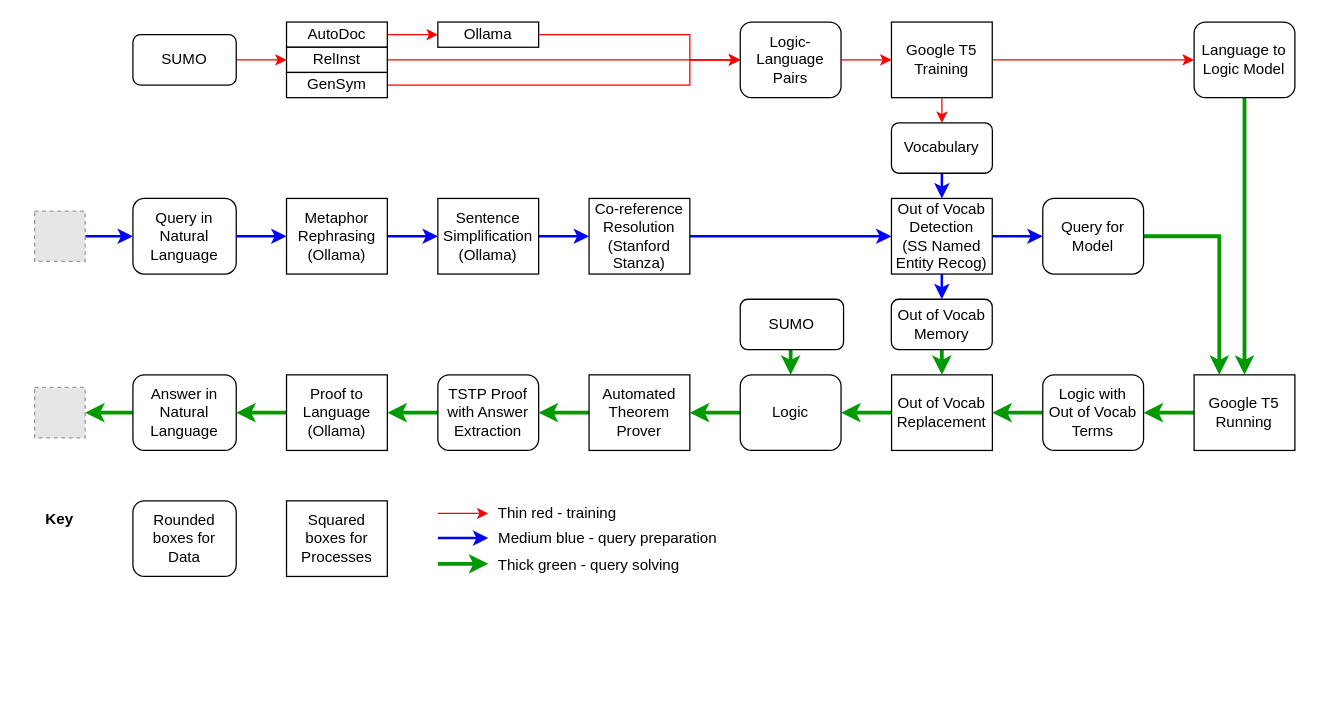
Before: Architecture.drawio in GeoffsPapers/SUMO-NLP-LLM, a draw.io diagram. Source tidied: cells renumbered, new cells numbered last; positions are measured from the earlier drawing's top-left corner, leaving out a move shared by most shapes. Both pictures are drawn from the tidied source at 126%, with x=0, y=0 at pixel (21, 21). Pictures stored in the file or linked from it are replaced by grey dashed boxes.
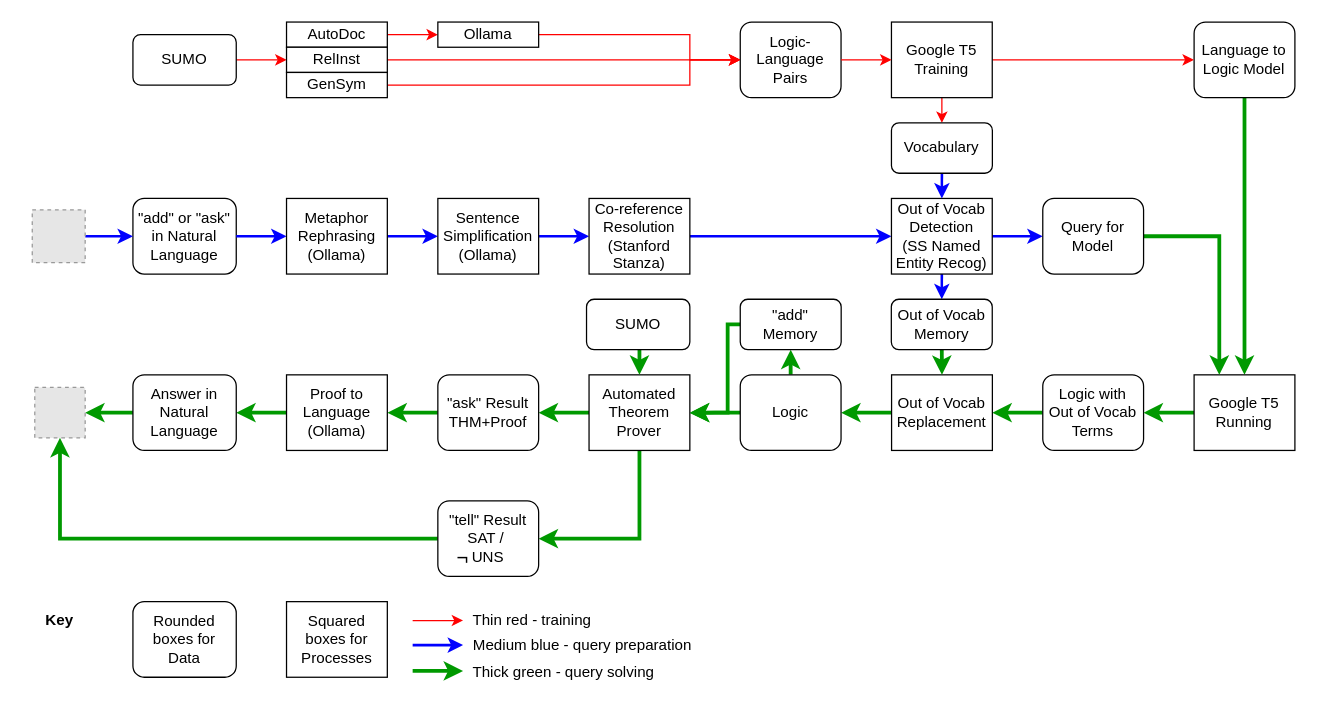
The same page after the edit.

Unchanged cells that the change refers to:
```xml
<mxCell id="23" value="&lt;div&gt;&lt;span style=&quot;background-color: transparent; color: light-dark(rgb(0, 0, 0), rgb(255, 255, 255));&quot;&gt;Logic&lt;/span&gt;&lt;/div&gt;" style="rounded=1;whiteSpace=wrap;html=1;fontSize=12;glass=0;strokeWidth=1;shadow=0;align=center;" parent="1" vertex="1">
  <mxGeometry x="570" y="280" width="80" height="60" as="geometry" />
</mxCell>
<mxCell id="25" value="Automated&lt;div&gt;Theorem&lt;/div&gt;&lt;div&gt;Prover&lt;/div&gt;" style="rounded=0;whiteSpace=wrap;html=1;fontSize=12;glass=0;strokeWidth=1;shadow=0;" parent="1" vertex="1">
  <mxGeometry x="450" y="280" width="80" height="60" as="geometry" />
</mxCell>
<mxCell id="31" value="&lt;div&gt;Answer in Natural Language&lt;/div&gt;" style="rounded=1;whiteSpace=wrap;html=1;fontSize=12;glass=0;strokeWidth=1;shadow=0;align=center;" parent="1" vertex="1">
  <mxGeometry x="88" y="280" width="82" height="60" as="geometry" />
</mxCell>
```

Change to the diagram source:
```diff
@@
-    <mxCell id="3" value="&lt;div&gt;Query in&lt;/div&gt;&lt;div&gt;Natural Language&lt;/div&gt;" style="rounded=1;whiteSpace=wrap;html=1;fontSize=12;glass=0;strokeWidth=1;shadow=0;align=center;" parent="1" vertex="1">
+    <mxCell id="3" value="&lt;div&gt;&quot;add&quot; or &quot;ask&quot;&lt;/div&gt;&lt;div&gt;&lt;span style=&quot;background-color: transparent; color: light-dark(rgb(0, 0, 0), rgb(255, 255, 255));&quot;&gt;in&amp;nbsp;&lt;/span&gt;&lt;span style=&quot;background-color: transparent; color: light-dark(rgb(0, 0, 0), rgb(255, 255, 255));&quot;&gt;Natural Language&lt;/span&gt;&lt;/div&gt;" style="rounded=1;whiteSpace=wrap;html=1;fontSize=12;glass=0;strokeWidth=1;shadow=0;align=center;" parent="1" vertex="1">
       <mxGeometry x="88" y="140" width="82" height="60" as="geometry" />
     </mxCell>
@@
-    <mxCell id="6" style="edgeStyle=orthogonalEdgeStyle;rounded=0;jettySize=auto;html=1;exitX=1;exitY=0.5;exitDx=0;exitDy=0;entryX=0;entryY=0.5;entryDx=0;entryDy=0;strokeColor=#0000FF;strokeWidth=2;" parent="1" edge="1" source="7" target="3">
-      <mxGeometry relative="1" as="geometry" />
+    <mxCell id="6" style="edgeStyle=orthogonalEdgeStyle;rounded=0;jettySize=auto;html=1;exitX=1;exitY=0.5;exitDx=0;exitDy=0;entryX=0;entryY=0.5;entryDx=0;entryDy=0;strokeColor=#0000FF;strokeWidth=2;" parent="1" edge="1" target="3">
+      <mxGeometry relative="1" as="geometry">
+        <mxPoint x="50.1" y="170" as="sourcePoint" />
+      </mxGeometry>
     </mxCell>
-    <mxCell id="7" style="fillColor=#E6E6E6;strokeColor=#999999;dashed=1;verticalLabelPosition=bottom;labelBackgroundColor=default;verticalAlign=top;" parent="1" vertex="1">
-      <mxGeometry x="10" y="150" width="40.1" height="40" as="geometry" />
-    </mxCell>
-    <mxCell id="8" style="fillColor=#E6E6E6;strokeColor=#999999;dashed=1;verticalLabelPosition=bottom;labelBackgroundColor=default;verticalAlign=top;" parent="1" vertex="1">
-      <mxGeometry x="10" y="290" width="40.1" height="40" as="geometry" />
-    </mxCell>
@@
-    <mxCell id="22" style="edgeStyle=orthogonalEdgeStyle;rounded=0;jettySize=auto;html=1;exitX=0;exitY=0.5;exitDx=0;exitDy=0;entryX=1;entryY=0.5;entryDx=0;entryDy=0;strokeColor=#009900;strokeWidth=3;" parent="1" edge="1" source="23" target="25">
-      <mxGeometry relative="1" as="geometry" />
-    </mxCell>
+    <mxCell id="66" style="edgeStyle=orthogonalEdgeStyle;rounded=0;jettySize=auto;html=1;exitX=0.5;exitY=0;exitDx=0;exitDy=0;entryX=0.5;entryY=1;entryDx=0;entryDy=0;strokeWidth=3;strokeColor=#009900;" parent="1" edge="1" source="23" target="70">
+      <mxGeometry relative="1" as="geometry" />
+    </mxCell>
+    <mxCell id="67" style="edgeStyle=orthogonalEdgeStyle;rounded=0;jettySize=auto;html=1;exitX=0;exitY=0.5;exitDx=0;exitDy=0;strokeWidth=3;strokeColor=#009900;" parent="1" edge="1" source="23">
+      <mxGeometry relative="1" as="geometry">
+        <mxPoint x="530" y="310.3" as="targetPoint" />
+      </mxGeometry>
+    </mxCell>
@@
+    <mxCell id="68" style="edgeStyle=orthogonalEdgeStyle;rounded=0;jettySize=auto;html=1;exitX=0.5;exitY=1;exitDx=0;exitDy=0;entryX=1;entryY=0.5;entryDx=0;entryDy=0;strokeWidth=3;strokeColor=#009900;" parent="1" edge="1" source="25" target="73">
+      <mxGeometry relative="1" as="geometry" />
+    </mxCell>
@@
-    <mxCell id="27" value="&lt;div&gt;&lt;span style=&quot;background-color: transparent; color: light-dark(rgb(0, 0, 0), rgb(255, 255, 255));&quot;&gt;TSTP Proof&lt;/span&gt;&lt;/div&gt;&lt;div&gt;with Answer&lt;/div&gt;&lt;div&gt;Extraction&lt;/div&gt;" style="rounded=1;whiteSpace=wrap;html=1;fontSize=12;glass=0;strokeWidth=1;shadow=0;align=center;" parent="1" vertex="1">
+    <mxCell id="27" value="&lt;div&gt;&lt;span style=&quot;background-color: transparent; color: light-dark(rgb(0, 0, 0), rgb(255, 255, 255));&quot;&gt;&quot;ask&quot; Result&lt;/span&gt;&lt;/div&gt;&lt;div&gt;&lt;span style=&quot;background-color: transparent; color: light-dark(rgb(0, 0, 0), rgb(255, 255, 255));&quot;&gt;THM+Proof&lt;/span&gt;&lt;/div&gt;" style="rounded=1;whiteSpace=wrap;html=1;fontSize=12;glass=0;strokeWidth=1;shadow=0;align=center;" parent="1" vertex="1">
       <mxGeometry x="330" y="280" width="80" height="60" as="geometry" />
     </mxCell>
@@
-    <mxCell id="30" style="edgeStyle=orthogonalEdgeStyle;rounded=0;jettySize=auto;html=1;exitX=0;exitY=0.5;exitDx=0;exitDy=0;entryX=1;entryY=0.5;entryDx=0;entryDy=0;strokeColor=#009900;strokeWidth=3;" parent="1" edge="1" source="31" target="8">
-      <mxGeometry relative="1" as="geometry" />
+    <mxCell id="30" style="edgeStyle=orthogonalEdgeStyle;rounded=0;jettySize=auto;html=1;exitX=0;exitY=0.5;exitDx=0;exitDy=0;entryX=1;entryY=0.5;entryDx=0;entryDy=0;strokeColor=#009900;strokeWidth=3;" parent="1" edge="1" source="31">
+      <mxGeometry relative="1" as="geometry">
+        <mxPoint x="50.1" y="310" as="targetPoint" />
+      </mxGeometry>
     </mxCell>
@@
-    <mxCell id="51" style="edgeStyle=orthogonalEdgeStyle;rounded=0;jettySize=auto;html=1;exitX=0.5;exitY=1;exitDx=0;exitDy=0;entryX=0.5;entryY=0;entryDx=0;entryDy=0;strokeColor=#009900;strokeWidth=3;" parent="1" edge="1" source="52" target="23">
-      <mxGeometry relative="1" as="geometry" />
-    </mxCell>
-    <mxCell id="52" value="&lt;div&gt;SUMO&lt;/div&gt;" style="rounded=1;whiteSpace=wrap;html=1;fontSize=12;glass=0;strokeWidth=1;shadow=0;align=center;" parent="1" vertex="1">
-      <mxGeometry x="570" y="220" width="82" height="40" as="geometry" />
-    </mxCell>
@@
     <mxCell id="57" value="&lt;div&gt;Rounded&lt;/div&gt;&lt;div&gt;boxes&amp;nbsp;&lt;span style=&quot;background-color: transparent; color: light-dark(rgb(0, 0, 0), rgb(255, 255, 255));&quot;&gt;for&lt;/span&gt;&lt;/div&gt;&lt;div&gt;Data&lt;/div&gt;" style="rounded=1;whiteSpace=wrap;html=1;fontSize=12;glass=0;strokeWidth=1;shadow=0;align=center;" parent="1" vertex="1">
-      <mxGeometry x="88" y="380" width="82" height="60" as="geometry" />
+      <mxGeometry x="88" y="460" width="82" height="60" as="geometry" />
     </mxCell>
     <mxCell id="58" value="Squared&lt;div&gt;boxes&amp;nbsp;&lt;span style=&quot;background-color: transparent; color: light-dark(rgb(0, 0, 0), rgb(255, 255, 255));&quot;&gt;for&lt;/span&gt;&lt;div&gt;Processes&lt;/div&gt;&lt;/div&gt;" style="rounded=0;whiteSpace=wrap;html=1;fontSize=12;glass=0;strokeWidth=1;shadow=0;" parent="1" vertex="1">
-      <mxGeometry x="209.9" y="380" width="80" height="60" as="geometry" />
+      <mxGeometry x="209.9" y="460" width="80" height="60" as="geometry" />
     </mxCell>
     <mxCell id="59" style="endArrow=classic;html=1;rounded=0;strokeColor=#FF0000;" parent="1" edge="1">
       <mxGeometry relative="1" as="geometry">
-        <mxPoint x="330" y="390" as="sourcePoint" />
-        <mxPoint x="370" y="390" as="targetPoint" />
+        <mxPoint x="310" y="475" as="sourcePoint" />
+        <mxPoint x="350" y="475" as="targetPoint" />
       </mxGeometry>
     </mxCell>
     <mxCell id="60" value="&lt;b&gt;Key&lt;/b&gt;" style="text;strokeColor=none;align=center;fillColor=none;html=1;verticalAlign=middle;whiteSpace=wrap;rounded=0;" parent="1" vertex="1">
-      <mxGeometry y="380" width="60" height="30" as="geometry" />
+      <mxGeometry y="460" width="60" height="30" as="geometry" />
     </mxCell>
     <mxCell id="61" style="endArrow=classic;html=1;rounded=0;strokeColor=#0000FF;strokeWidth=2;" parent="1" edge="1">
       <mxGeometry relative="1" as="geometry">
-        <mxPoint x="330" y="409.5" as="sourcePoint" />
-        <mxPoint x="370" y="409.5" as="targetPoint" />
+        <mxPoint x="310" y="494.5" as="sourcePoint" />
+        <mxPoint x="350" y="494.5" as="targetPoint" />
       </mxGeometry>
     </mxCell>
     <mxCell id="62" style="endArrow=classic;html=1;rounded=0;strokeColor=#009900;strokeWidth=3;" parent="1" edge="1">
       <mxGeometry relative="1" as="geometry">
-        <mxPoint x="330" y="430" as="sourcePoint" />
-        <mxPoint x="370" y="430" as="targetPoint" />
+        <mxPoint x="310" y="515" as="sourcePoint" />
+        <mxPoint x="350" y="515" as="targetPoint" />
       </mxGeometry>
     </mxCell>
     <mxCell id="63" value="Thick green - query solving" style="text;strokeColor=none;align=center;fillColor=none;html=1;verticalAlign=middle;whiteSpace=wrap;rounded=0;" parent="1" vertex="1">
-      <mxGeometry x="360" y="416" width="180" height="30" as="geometry" />
+      <mxGeometry x="340" y="501" width="180" height="30" as="geometry" />
     </mxCell>
     <mxCell id="64" value="Medium blue - query preparation" style="text;strokeColor=none;align=center;fillColor=none;html=1;verticalAlign=middle;whiteSpace=wrap;rounded=0;" parent="1" vertex="1">
-      <mxGeometry x="360" y="395" width="210" height="30" as="geometry" />
+      <mxGeometry x="340" y="480" width="210" height="30" as="geometry" />
     </mxCell>
     <mxCell id="65" value="Thin red - training" style="text;strokeColor=none;align=center;fillColor=none;html=1;verticalAlign=middle;whiteSpace=wrap;rounded=0;" parent="1" vertex="1">
-      <mxGeometry x="360" y="375" width="130" height="30" as="geometry" />
+      <mxGeometry x="340" y="460" width="130" height="30" as="geometry" />
     </mxCell>
+    <mxCell id="69" style="edgeStyle=orthogonalEdgeStyle;rounded=0;jettySize=auto;html=1;exitX=0;exitY=0.5;exitDx=0;exitDy=0;entryX=1;entryY=0.5;entryDx=0;entryDy=0;strokeColor=#009900;strokeWidth=3;" parent="1" edge="1" source="70" target="25">
+      <mxGeometry relative="1" as="geometry">
+        <Array as="points">
+          <mxPoint x="560" y="240" />
+          <mxPoint x="560" y="310" />
+        </Array>
+      </mxGeometry>
+    </mxCell>
+    <mxCell id="70" value="&lt;div&gt;&quot;add&quot;&lt;/div&gt;&lt;div&gt;Memory&lt;/div&gt;" style="rounded=1;whiteSpace=wrap;html=1;fontSize=12;glass=0;strokeWidth=1;shadow=0;align=center;" parent="1" vertex="1">
+      <mxGeometry x="570" y="220" width="80.1" height="40" as="geometry" />
+    </mxCell>
+    <mxCell id="71" style="edgeStyle=orthogonalEdgeStyle;rounded=0;jettySize=auto;html=1;exitX=0.5;exitY=1;exitDx=0;exitDy=0;entryX=0.5;entryY=0;entryDx=0;entryDy=0;strokeWidth=3;strokeColor=#009900;" parent="1" edge="1" source="52" target="25">
+      <mxGeometry relative="1" as="geometry" />
+    </mxCell>
+    <mxCell id="52" value="&lt;div&gt;SUMO&lt;/div&gt;" style="rounded=1;whiteSpace=wrap;html=1;fontSize=12;glass=0;strokeWidth=1;shadow=0;align=center;" parent="1" vertex="1">
+      <mxGeometry x="448" y="220" width="82" height="40" as="geometry" />
+    </mxCell>
+    <mxCell id="72" style="edgeStyle=orthogonalEdgeStyle;rounded=0;jettySize=auto;html=1;exitX=0;exitY=0.5;exitDx=0;exitDy=0;entryX=0.5;entryY=1;entryDx=0;entryDy=0;strokeWidth=3;strokeColor=#009900;" parent="1" edge="1" source="73" target="74">
+      <mxGeometry relative="1" as="geometry" />
+    </mxCell>
+    <mxCell id="73" value="&lt;div&gt;&lt;span style=&quot;background-color: transparent; color: light-dark(rgb(0, 0, 0), rgb(255, 255, 255));&quot;&gt;&quot;tell&quot; Result&lt;/span&gt;&lt;/div&gt;&lt;div&gt;SAT /&amp;nbsp;&lt;/div&gt;&lt;div&gt;UNS&lt;/div&gt;" style="rounded=1;whiteSpace=wrap;html=1;fontSize=12;glass=0;strokeWidth=1;shadow=0;align=center;" parent="1" vertex="1">
+      <mxGeometry x="330" y="380" width="80" height="60" as="geometry" />
+    </mxCell>
+    <mxCell id="74" style="fillColor=#E6E6E6;strokeColor=#999999;dashed=1;verticalLabelPosition=bottom;labelBackgroundColor=default;verticalAlign=top;" parent="1" vertex="1">
+      <mxGeometry x="10.1" y="290" width="40" height="40" as="geometry" />
+    </mxCell>
+    <mxCell id="75" style="fillColor=#E6E6E6;strokeColor=#999999;dashed=1;verticalLabelPosition=bottom;labelBackgroundColor=default;verticalAlign=top;" parent="1" vertex="1">
+      <mxGeometry x="8.1" y="149" width="42" height="42" as="geometry" />
+    </mxCell>
+    <mxCell id="76" value="&lt;em style=&quot;font-family: Arial; font-size: medium; text-align: justify;&quot;&gt;¬&lt;/em&gt;" style="text;strokeColor=none;align=center;fillColor=none;html=1;verticalAlign=middle;whiteSpace=wrap;rounded=0;" parent="1" vertex="1">
+      <mxGeometry x="339.9" y="417" width="20.1" height="15" as="geometry" />
+    </mxCell>
```
